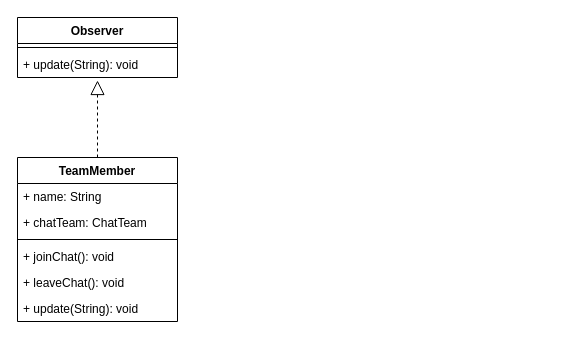
Earlier version of the draw.io diagram src/main/java/behavioral/observer/observer.drawio (ErwanLT/designPattern). Source tidied: cells renumbered, new cells numbered last; positions are measured from the earlier drawing's top-left corner, leaving out a move shared by most shapes. Both pictures are drawn from the tidied source at 100%, with x=0, y=0 at pixel (17, 17).
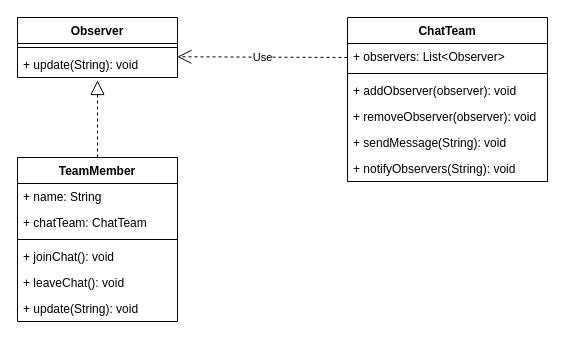
After the change.

Commit message (it also covers changes not shown here):
Mettre à jour observer.drawio

Unchanged cells that the change refers to:
```xml
<mxCell id="4" value="+ update(String): void" style="text;strokeColor=none;fillColor=none;align=left;verticalAlign=top;spacingLeft=4;spacingRight=4;overflow=hidden;points=[[0,0.5],[1,0.5]];portConstraint=eastwest;whiteSpace=wrap;html=1;" parent="2" vertex="1">
  <mxGeometry y="34" width="160" height="26" as="geometry" />
</mxCell>
```

What changed in the source:
```diff
@@
+    <mxCell id="13" value="ChatTeam" style="swimlane;fontStyle=1;align=center;verticalAlign=top;horizontal=1;startSize=26;whiteSpace=wrap;html=1;" parent="1" vertex="1">
+      <mxGeometry x="330" width="200" height="164" as="geometry" />
+    </mxCell>
+    <mxCell id="14" value="+ observers: List&amp;lt;Observer&amp;gt;" style="text;strokeColor=none;fillColor=none;align=left;verticalAlign=top;spacingLeft=4;spacingRight=4;overflow=hidden;whiteSpace=wrap;html=1;" parent="13" vertex="1">
+      <mxGeometry y="26" width="200" height="26" as="geometry" />
+    </mxCell>
+    <mxCell id="15" style="line;strokeWidth=1;fillColor=none;align=left;verticalAlign=middle;spacingTop=-1;spacingLeft=3;spacingRight=3;labelPosition=right;strokeColor=inherit;" parent="13" vertex="1">
+      <mxGeometry y="52" width="200" height="8" as="geometry" />
+    </mxCell>
+    <mxCell id="16" value="+ addObserver(observer): void" style="text;strokeColor=none;fillColor=none;align=left;verticalAlign=top;spacingLeft=4;spacingRight=4;overflow=hidden;whiteSpace=wrap;html=1;" parent="13" vertex="1">
+      <mxGeometry y="60" width="200" height="26" as="geometry" />
+    </mxCell>
+    <mxCell id="17" value="+ removeObserver(observer): void" style="text;strokeColor=none;fillColor=none;align=left;verticalAlign=top;spacingLeft=4;spacingRight=4;overflow=hidden;whiteSpace=wrap;html=1;" parent="13" vertex="1">
+      <mxGeometry y="86" width="200" height="26" as="geometry" />
+    </mxCell>
+    <mxCell id="18" value="+ sendMessage(String): void" style="text;strokeColor=none;fillColor=none;align=left;verticalAlign=top;spacingLeft=4;spacingRight=4;overflow=hidden;whiteSpace=wrap;html=1;" parent="13" vertex="1">
+      <mxGeometry y="112" width="200" height="26" as="geometry" />
+    </mxCell>
+    <mxCell id="19" value="+ notifyObservers(String): void" style="text;strokeColor=none;fillColor=none;align=left;verticalAlign=top;spacingLeft=4;spacingRight=4;overflow=hidden;whiteSpace=wrap;html=1;" parent="13" vertex="1">
+      <mxGeometry y="138" width="200" height="26" as="geometry" />
+    </mxCell>
+    <mxCell id="20" value="Use" style="endArrow=open;endSize=12;dashed=1;html=1;rounded=0;entryX=0.999;entryY=0.202;entryDx=0;entryDy=0;entryPerimeter=0;" parent="1" edge="1" target="4">
+      <mxGeometry relative="1" as="geometry">
+        <mxPoint x="330" y="40" as="sourcePoint" />
+      </mxGeometry>
+    </mxCell>
```
